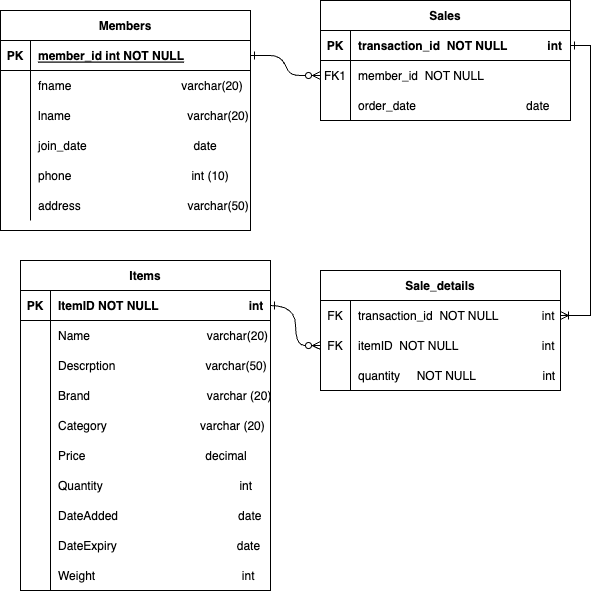
Earlier version of the draw.io export ERD.png (hannahmadelyn/MSP). Source tidied: cells renumbered, new cells last; positions are measured from the earlier drawing's top-left corner, leaving out a move shared by most shapes.
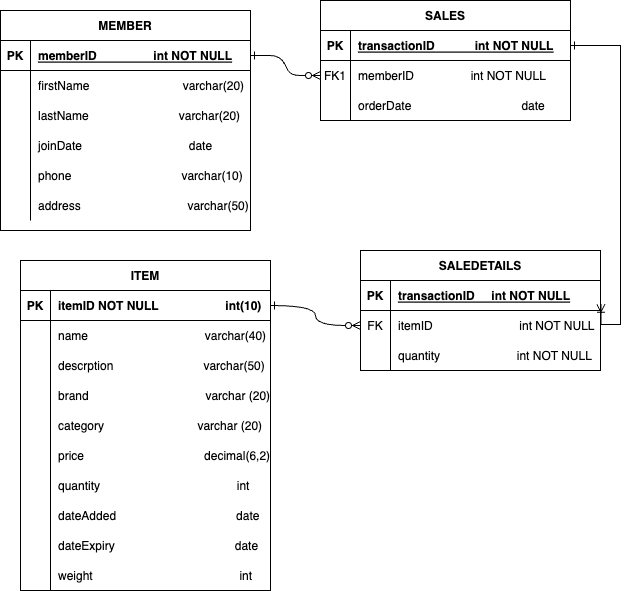
Later version of the same file.

Commit message:
Updated ERD with consistent naming

Diff of the diagram source:
```diff
@@ -8,7 +8,7 @@
     <mxCell id="3" style="endArrow=ERone;startArrow=ERzeroToMany;endFill=0;startFill=0;exitX=0;exitY=0.5;exitDx=0;exitDy=0;entryX=1;entryY=0.5;entryDx=0;entryDy=0;edgeStyle=orthogonalEdgeStyle;curved=1;" parent="1" edge="1" source="68" target="15">
       <mxGeometry relative="1" as="geometry" />
     </mxCell>
-    <mxCell id="4" value="Sales" style="shape=table;startSize=30;rowLines=0;fontStyle=1;align=center;" parent="1" vertex="1">
+    <mxCell id="4" value="SALES" style="shape=table;startSize=30;rowLines=0;fontStyle=1;align=center;" parent="1" vertex="1">
       <mxGeometry x="320" width="250" height="120" as="geometry" />
     </mxCell>
     <mxCell id="5" style="shape=partialRectangle;fillColor=none;points=[[0,0.5],[1,0.5]];portConstraint=eastwest;top=0;left=0;right=0;bottom=1;" parent="4" vertex="1">
@@ -17,7 +17,7 @@
     <mxCell id="6" value="PK" style="shape=partialRectangle;overflow=hidden;fillColor=none;top=0;left=0;bottom=0;right=0;fontStyle=1;" parent="5" vertex="1">
       <mxGeometry width="30" height="30" as="geometry" />
     </mxCell>
-    <mxCell id="7" value="transaction_id  NOT NULL            int" style="shape=partialRectangle;overflow=hidden;fillColor=none;top=0;left=0;bottom=0;right=0;align=left;spacingLeft=6;fontStyle=1;" parent="5" vertex="1">
+    <mxCell id="7" value="transactionID            int NOT NULL " style="shape=partialRectangle;overflow=hidden;fillColor=none;top=0;left=0;bottom=0;right=0;align=left;spacingLeft=6;fontStyle=5;" parent="5" vertex="1">
       <mxGeometry x="30" width="220" height="30" as="geometry" />
     </mxCell>
     <mxCell id="8" style="shape=partialRectangle;fillColor=none;points=[[0,0.5],[1,0.5]];portConstraint=eastwest;top=0;left=0;right=0;bottom=0;" parent="4" vertex="1">
@@ -26,7 +26,7 @@
     <mxCell id="9" value="FK1" style="shape=partialRectangle;overflow=hidden;fillColor=none;top=0;left=0;bottom=0;right=0;" parent="8" vertex="1">
       <mxGeometry width="30" height="30" as="geometry" />
     </mxCell>
-    <mxCell id="10" value="member_id  NOT NULL" style="shape=partialRectangle;overflow=hidden;fillColor=none;top=0;left=0;bottom=0;right=0;align=left;spacingLeft=6;" parent="8" vertex="1">
+    <mxCell id="10" value="memberID                 int NOT NULL" style="shape=partialRectangle;overflow=hidden;fillColor=none;top=0;left=0;bottom=0;right=0;align=left;spacingLeft=6;" parent="8" vertex="1">
       <mxGeometry x="30" width="220" height="30" as="geometry" />
     </mxCell>
     <mxCell id="11" style="shape=partialRectangle;fillColor=none;top=0;left=0;right=0;bottom=0;" parent="4" vertex="1">
@@ -35,10 +35,10 @@
     <mxCell id="12" style="shape=partialRectangle;overflow=hidden;fillColor=none;top=0;left=0;bottom=0;right=0;" parent="11" vertex="1">
       <mxGeometry width="30" height="30" as="geometry" />
     </mxCell>
-    <mxCell id="13" value="order_date                                 date " style="shape=partialRectangle;overflow=hidden;fillColor=none;top=0;left=0;bottom=0;right=0;align=left;spacingLeft=6;" parent="11" vertex="1">
+    <mxCell id="13" value="orderDate                                 date " style="shape=partialRectangle;overflow=hidden;fillColor=none;top=0;left=0;bottom=0;right=0;align=left;spacingLeft=6;" parent="11" vertex="1">
       <mxGeometry x="30" width="220" height="30" as="geometry" />
     </mxCell>
-    <mxCell id="14" value="Items" style="shape=table;startSize=30;rowLines=0;fontStyle=1;align=center;" parent="1" vertex="1">
+    <mxCell id="14" value="ITEM" style="shape=table;startSize=30;rowLines=0;fontStyle=1;align=center;" parent="1" vertex="1">
       <mxGeometry x="20" y="260" width="250" height="330" as="geometry" />
     </mxCell>
     <mxCell id="15" style="shape=partialRectangle;fillColor=none;points=[[0,0.5],[1,0.5]];portConstraint=eastwest;top=0;left=0;right=0;bottom=1;" parent="14" vertex="1">
@@ -47,7 +47,7 @@
     <mxCell id="16" value="PK" style="shape=partialRectangle;overflow=hidden;fillColor=none;top=0;left=0;bottom=0;right=0;fontStyle=1;" parent="15" vertex="1">
       <mxGeometry width="30" height="30" as="geometry" />
     </mxCell>
-    <mxCell id="17" value="ItemID NOT NULL                           int  " style="shape=partialRectangle;overflow=hidden;fillColor=none;top=0;left=0;bottom=0;right=0;align=left;spacingLeft=6;fontStyle=1;" parent="15" vertex="1">
+    <mxCell id="17" value="itemID NOT NULL                    int(10)  " style="shape=partialRectangle;overflow=hidden;fillColor=none;top=0;left=0;bottom=0;right=0;align=left;spacingLeft=6;fontStyle=1;" parent="15" vertex="1">
       <mxGeometry x="30" width="220" height="30" as="geometry" />
     </mxCell>
     <mxCell id="18" style="shape=partialRectangle;fillColor=none;top=0;left=0;right=0;bottom=0;" parent="14" vertex="1">
@@ -56,7 +56,7 @@
     <mxCell id="19" style="shape=partialRectangle;overflow=hidden;fillColor=none;top=0;left=0;bottom=0;right=0;" parent="18" vertex="1">
       <mxGeometry width="30" height="30" as="geometry" />
     </mxCell>
-    <mxCell id="20" value="Name                                   varchar(20)" style="shape=partialRectangle;overflow=hidden;fillColor=none;top=0;left=0;bottom=0;right=0;align=left;spacingLeft=6;" parent="18" vertex="1">
+    <mxCell id="20" value="name                                   varchar(40)" style="shape=partialRectangle;overflow=hidden;fillColor=none;top=0;left=0;bottom=0;right=0;align=left;spacingLeft=6;" parent="18" vertex="1">
       <mxGeometry x="30" width="220" height="30" as="geometry" />
     </mxCell>
     <mxCell id="21" style="shape=partialRectangle;fillColor=none;top=0;left=0;right=0;bottom=0;" parent="14" vertex="1">
@@ -65,7 +65,7 @@
     <mxCell id="22" style="shape=partialRectangle;overflow=hidden;fillColor=none;top=0;left=0;bottom=0;right=0;" parent="21" vertex="1">
       <mxGeometry width="30" height="30" as="geometry" />
     </mxCell>
-    <mxCell id="23" value="Descrption                           varchar(50)" style="shape=partialRectangle;overflow=hidden;fillColor=none;top=0;left=0;bottom=0;right=0;align=left;spacingLeft=6;" parent="21" vertex="1">
+    <mxCell id="23" value="descrption                           varchar(50)" style="shape=partialRectangle;overflow=hidden;fillColor=none;top=0;left=0;bottom=0;right=0;align=left;spacingLeft=6;" parent="21" vertex="1">
       <mxGeometry x="30" width="220" height="30" as="geometry" />
     </mxCell>
     <mxCell id="24" style="shape=partialRectangle;fillColor=none;top=0;left=0;right=0;bottom=0;" parent="14" vertex="1">
@@ -74,7 +74,7 @@
     <mxCell id="25" style="shape=partialRectangle;overflow=hidden;fillColor=none;top=0;left=0;bottom=0;right=0;" parent="24" vertex="1">
       <mxGeometry width="30" height="30" as="geometry" />
     </mxCell>
-    <mxCell id="26" value="Brand                                   varchar (20)" style="shape=partialRectangle;overflow=hidden;fillColor=none;top=0;left=0;bottom=0;right=0;align=left;spacingLeft=6;" parent="24" vertex="1">
+    <mxCell id="26" value="brand                                   varchar (20)" style="shape=partialRectangle;overflow=hidden;fillColor=none;top=0;left=0;bottom=0;right=0;align=left;spacingLeft=6;" parent="24" vertex="1">
       <mxGeometry x="30" width="220" height="30" as="geometry" />
     </mxCell>
     <mxCell id="27" style="shape=partialRectangle;fillColor=none;top=0;left=0;right=0;bottom=0;" parent="14" vertex="1">
@@ -83,7 +83,7 @@
     <mxCell id="28" style="shape=partialRectangle;overflow=hidden;fillColor=none;top=0;left=0;bottom=0;right=0;" parent="27" vertex="1">
       <mxGeometry width="30" height="30" as="geometry" />
     </mxCell>
-    <mxCell id="29" value="Category                            varchar (20)    " style="shape=partialRectangle;overflow=hidden;fillColor=none;top=0;left=0;bottom=0;right=0;align=left;spacingLeft=6;" parent="27" vertex="1">
+    <mxCell id="29" value="category                            varchar (20)    " style="shape=partialRectangle;overflow=hidden;fillColor=none;top=0;left=0;bottom=0;right=0;align=left;spacingLeft=6;" parent="27" vertex="1">
       <mxGeometry x="30" width="220" height="30" as="geometry" />
     </mxCell>
     <mxCell id="30" style="shape=partialRectangle;fillColor=none;top=0;left=0;right=0;bottom=0;" parent="14" vertex="1">
@@ -92,7 +92,7 @@
     <mxCell id="31" style="shape=partialRectangle;overflow=hidden;fillColor=none;top=0;left=0;bottom=0;right=0;" parent="30" vertex="1">
       <mxGeometry width="30" height="30" as="geometry" />
     </mxCell>
-    <mxCell id="32" value="Price                                    decimal" style="shape=partialRectangle;overflow=hidden;fillColor=none;top=0;left=0;bottom=0;right=0;align=left;spacingLeft=6;" parent="30" vertex="1">
+    <mxCell id="32" value="price                                    decimal(6,2)" style="shape=partialRectangle;overflow=hidden;fillColor=none;top=0;left=0;bottom=0;right=0;align=left;spacingLeft=6;" parent="30" vertex="1">
       <mxGeometry x="30" width="220" height="30" as="geometry" />
     </mxCell>
     <mxCell id="33" style="shape=partialRectangle;fillColor=none;top=0;left=0;right=0;bottom=0;" parent="14" vertex="1">
@@ -101,7 +101,7 @@
     <mxCell id="34" style="shape=partialRectangle;overflow=hidden;fillColor=none;top=0;left=0;bottom=0;right=0;" parent="33" vertex="1">
       <mxGeometry width="30" height="30" as="geometry" />
     </mxCell>
-    <mxCell id="35" value="Quantity                                         int" style="shape=partialRectangle;overflow=hidden;fillColor=none;top=0;left=0;bottom=0;right=0;align=left;spacingLeft=6;" parent="33" vertex="1">
+    <mxCell id="35" value="quantity                                         int" style="shape=partialRectangle;overflow=hidden;fillColor=none;top=0;left=0;bottom=0;right=0;align=left;spacingLeft=6;" parent="33" vertex="1">
       <mxGeometry x="30" width="220" height="30" as="geometry" />
     </mxCell>
     <mxCell id="36" style="shape=partialRectangle;fillColor=none;top=0;left=0;right=0;bottom=0;" parent="14" vertex="1">
@@ -110,7 +110,7 @@
     <mxCell id="37" style="shape=partialRectangle;overflow=hidden;fillColor=none;top=0;left=0;bottom=0;right=0;" parent="36" vertex="1">
       <mxGeometry width="30" height="30" as="geometry" />
     </mxCell>
-    <mxCell id="38" value="DateAdded                                    date    " style="shape=partialRectangle;overflow=hidden;fillColor=none;top=0;left=0;bottom=0;right=0;align=left;spacingLeft=6;" parent="36" vertex="1">
+    <mxCell id="38" value="dateAdded                                    date    " style="shape=partialRectangle;overflow=hidden;fillColor=none;top=0;left=0;bottom=0;right=0;align=left;spacingLeft=6;" parent="36" vertex="1">
       <mxGeometry x="30" width="220" height="30" as="geometry" />
     </mxCell>
     <mxCell id="39" style="shape=partialRectangle;fillColor=none;top=0;left=0;right=0;bottom=0;" parent="14" vertex="1">
@@ -119,7 +119,7 @@
     <mxCell id="40" style="shape=partialRectangle;overflow=hidden;fillColor=none;top=0;left=0;bottom=0;right=0;" parent="39" vertex="1">
       <mxGeometry width="30" height="30" as="geometry" />
     </mxCell>
-    <mxCell id="41" value="DateExpiry                                    date" style="shape=partialRectangle;overflow=hidden;fillColor=none;top=0;left=0;bottom=0;right=0;align=left;spacingLeft=6;" parent="39" vertex="1">
+    <mxCell id="41" value="dateExpiry                                    date" style="shape=partialRectangle;overflow=hidden;fillColor=none;top=0;left=0;bottom=0;right=0;align=left;spacingLeft=6;" parent="39" vertex="1">
       <mxGeometry x="30" width="220" height="30" as="geometry" />
     </mxCell>
     <mxCell id="42" style="shape=partialRectangle;fillColor=none;top=0;left=0;right=0;bottom=0;" parent="14" vertex="1">
@@ -128,10 +128,10 @@
     <mxCell id="43" style="shape=partialRectangle;overflow=hidden;fillColor=none;top=0;left=0;bottom=0;right=0;" parent="42" vertex="1">
       <mxGeometry width="30" height="30" as="geometry" />
     </mxCell>
-    <mxCell id="44" value="Weight                                            int" style="shape=partialRectangle;overflow=hidden;fillColor=none;top=0;left=0;bottom=0;right=0;align=left;spacingLeft=6;" parent="42" vertex="1">
+    <mxCell id="44" value="weight                                            int" style="shape=partialRectangle;overflow=hidden;fillColor=none;top=0;left=0;bottom=0;right=0;align=left;spacingLeft=6;" parent="42" vertex="1">
       <mxGeometry x="30" width="220" height="30" as="geometry" />
     </mxCell>
-    <mxCell id="45" value="Members" style="shape=table;startSize=30;rowLines=0;fontStyle=1;align=center;" parent="1" vertex="1">
+    <mxCell id="45" value="MEMBER" style="shape=table;startSize=30;rowLines=0;fontStyle=1;align=center;" parent="1" vertex="1">
       <mxGeometry y="10" width="250" height="220" as="geometry" />
     </mxCell>
     <mxCell id="46" style="shape=partialRectangle;fillColor=none;points=[[0,0.5],[1,0.5]];portConstraint=eastwest;top=0;left=0;right=0;bottom=1;" parent="45" vertex="1">
@@ -140,7 +140,7 @@
     <mxCell id="47" value="PK" style="shape=partialRectangle;overflow=hidden;fillColor=none;top=0;left=0;bottom=0;right=0;fontStyle=1;" parent="46" vertex="1">
       <mxGeometry width="30" height="30" as="geometry" />
     </mxCell>
-    <mxCell id="48" value="member_id int NOT NULL " style="shape=partialRectangle;overflow=hidden;fillColor=none;top=0;left=0;bottom=0;right=0;align=left;spacingLeft=6;fontStyle=5;" parent="46" vertex="1">
+    <mxCell id="48" value="memberID                 int NOT NULL " style="shape=partialRectangle;overflow=hidden;fillColor=none;top=0;left=0;bottom=0;right=0;align=left;spacingLeft=6;fontStyle=5;" parent="46" vertex="1">
       <mxGeometry x="30" width="220" height="30" as="geometry" />
     </mxCell>
     <mxCell id="49" style="shape=partialRectangle;fillColor=none;top=0;left=0;right=0;bottom=0;" parent="45" vertex="1">
@@ -149,7 +149,7 @@
     <mxCell id="50" style="shape=partialRectangle;overflow=hidden;fillColor=none;top=0;left=0;bottom=0;right=0;" parent="49" vertex="1">
       <mxGeometry width="30" height="30" as="geometry" />
     </mxCell>
-    <mxCell id="51" value="fname                                 varchar(20) " style="shape=partialRectangle;overflow=hidden;fillColor=none;top=0;left=0;bottom=0;right=0;align=left;spacingLeft=6;" parent="49" vertex="1">
+    <mxCell id="51" value="firstName                            varchar(20) " style="shape=partialRectangle;overflow=hidden;fillColor=none;top=0;left=0;bottom=0;right=0;align=left;spacingLeft=6;" parent="49" vertex="1">
       <mxGeometry x="30" width="220" height="30" as="geometry" />
     </mxCell>
     <mxCell id="52" style="shape=partialRectangle;fillColor=none;top=0;left=0;right=0;bottom=0;" parent="45" vertex="1">
@@ -158,7 +158,7 @@
     <mxCell id="53" style="shape=partialRectangle;overflow=hidden;fillColor=none;top=0;left=0;bottom=0;right=0;" parent="52" vertex="1">
       <mxGeometry width="30" height="30" as="geometry" />
     </mxCell>
-    <mxCell id="54" value="lname                                   varchar(20)" style="shape=partialRectangle;overflow=hidden;fillColor=none;top=0;left=0;bottom=0;right=0;align=left;spacingLeft=6;" parent="52" vertex="1">
+    <mxCell id="54" value="lastName                           varchar(20)" style="shape=partialRectangle;overflow=hidden;fillColor=none;top=0;left=0;bottom=0;right=0;align=left;spacingLeft=6;" parent="52" vertex="1">
       <mxGeometry x="30" width="220" height="30" as="geometry" />
     </mxCell>
     <mxCell id="55" style="shape=partialRectangle;fillColor=none;top=0;left=0;right=0;bottom=0;" parent="45" vertex="1">
@@ -167,7 +167,7 @@
     <mxCell id="56" style="shape=partialRectangle;overflow=hidden;fillColor=none;top=0;left=0;bottom=0;right=0;" parent="55" vertex="1">
       <mxGeometry width="30" height="30" as="geometry" />
     </mxCell>
-    <mxCell id="57" value="join_date                                date" style="shape=partialRectangle;overflow=hidden;fillColor=none;top=0;left=0;bottom=0;right=0;align=left;spacingLeft=6;" parent="55" vertex="1">
+    <mxCell id="57" value="joinDate                                date" style="shape=partialRectangle;overflow=hidden;fillColor=none;top=0;left=0;bottom=0;right=0;align=left;spacingLeft=6;" parent="55" vertex="1">
       <mxGeometry x="30" width="220" height="30" as="geometry" />
     </mxCell>
     <mxCell id="58" style="shape=partialRectangle;fillColor=none;top=0;left=0;right=0;bottom=0;" parent="45" vertex="1">
@@ -176,7 +176,7 @@
     <mxCell id="59" style="shape=partialRectangle;overflow=hidden;fillColor=none;top=0;left=0;bottom=0;right=0;" parent="58" vertex="1">
       <mxGeometry width="30" height="30" as="geometry" />
     </mxCell>
-    <mxCell id="60" value="phone                                    int (10)" style="shape=partialRectangle;overflow=hidden;fillColor=none;top=0;left=0;bottom=0;right=0;align=left;spacingLeft=6;" parent="58" vertex="1">
+    <mxCell id="60" value="phone                                 varchar(10)" style="shape=partialRectangle;overflow=hidden;fillColor=none;top=0;left=0;bottom=0;right=0;align=left;spacingLeft=6;" parent="58" vertex="1">
       <mxGeometry x="30" width="220" height="30" as="geometry" />
     </mxCell>
     <mxCell id="61" style="shape=partialRectangle;fillColor=none;top=0;left=0;right=0;bottom=0;" parent="45" vertex="1">
@@ -188,25 +188,25 @@
     <mxCell id="63" value="address                                varchar(50)" style="shape=partialRectangle;overflow=hidden;fillColor=none;top=0;left=0;bottom=0;right=0;align=left;spacingLeft=6;" parent="61" vertex="1">
       <mxGeometry x="30" width="220" height="30" as="geometry" />
     </mxCell>
-    <mxCell id="64" value="Sale_details" style="shape=table;startSize=30;rowLines=0;fontStyle=1;align=center;" parent="1" vertex="1">
-      <mxGeometry x="320" y="270" width="240" height="120" as="geometry" />
+    <mxCell id="64" value="SALEDETAILS" style="shape=table;startSize=30;rowLines=0;fontStyle=1;align=center;" parent="1" vertex="1">
+      <mxGeometry x="360" y="250" width="240" height="120" as="geometry" />
     </mxCell>
-    <mxCell id="65" style="shape=partialRectangle;fillColor=none;points=[[0,0.5],[1,0.5]];portConstraint=eastwest;top=0;left=0;right=0;bottom=0;" parent="64" vertex="1">
-      <mxGeometry y="30" width="240" height="30" as="geometry" />
-    </mxCell>
-    <mxCell id="66" value="FK" style="shape=partialRectangle;overflow=hidden;fillColor=none;top=0;left=0;bottom=0;right=0;" parent="65" vertex="1">
-      <mxGeometry width="30" height="30" as="geometry" />
-    </mxCell>
-    <mxCell id="67" value="transaction_id  NOT NULL             int" style="shape=partialRectangle;overflow=hidden;fillColor=none;top=0;left=0;bottom=0;right=0;align=left;spacingLeft=6;" parent="65" vertex="1">
-      <mxGeometry x="30" width="210" height="30" as="geometry" />
-    </mxCell>
+    <mxCell id="76" style="shape=partialRectangle;fillColor=none;points=[[0,0.5],[1,0.5]];portConstraint=eastwest;top=0;left=0;right=0;bottom=1;" parent="64" vertex="1">
+      <mxGeometry y="30" width="240" height="30" as="geometry" />
+    </mxCell>
+    <mxCell id="77" value="PK" style="shape=partialRectangle;overflow=hidden;fillColor=none;top=0;left=0;bottom=0;right=0;fontStyle=1;" parent="76" vertex="1">
+      <mxGeometry width="30" height="30" as="geometry" />
+    </mxCell>
+    <mxCell id="78" value="transactionID     int NOT NULL " style="shape=partialRectangle;overflow=hidden;fillColor=none;top=0;left=0;bottom=0;right=0;align=left;spacingLeft=6;fontStyle=5;" parent="76" vertex="1">
+      <mxGeometry x="30" width="210" height="30" as="geometry" />
+    </mxCell>
     <mxCell id="68" style="shape=partialRectangle;fillColor=none;points=[[0,0.5],[1,0.5]];portConstraint=eastwest;top=0;left=0;right=0;bottom=0;" parent="64" vertex="1">
       <mxGeometry y="60" width="240" height="30" as="geometry" />
     </mxCell>
     <mxCell id="69" value="FK" style="shape=partialRectangle;overflow=hidden;fillColor=none;top=0;left=0;bottom=0;right=0;" parent="68" vertex="1">
       <mxGeometry width="30" height="30" as="geometry" />
     </mxCell>
-    <mxCell id="70" value="itemID  NOT NULL                         int" style="shape=partialRectangle;overflow=hidden;fillColor=none;top=0;left=0;bottom=0;right=0;align=left;spacingLeft=6;" parent="68" vertex="1">
+    <mxCell id="70" style="shape=partialRectangle;overflow=hidden;fillColor=none;top=0;left=0;bottom=0;right=0;align=left;spacingLeft=6;" parent="68" vertex="1">
       <mxGeometry x="30" width="210" height="30" as="geometry" />
     </mxCell>
     <mxCell id="71" style="shape=partialRectangle;fillColor=none;top=0;left=0;right=0;bottom=0;" parent="64" vertex="1">
@@ -215,10 +215,10 @@
     <mxCell id="72" style="shape=partialRectangle;overflow=hidden;fillColor=none;top=0;left=0;bottom=0;right=0;" parent="71" vertex="1">
       <mxGeometry width="30" height="30" as="geometry" />
     </mxCell>
-    <mxCell id="73" value="quantity     NOT NULL                    int" style="shape=partialRectangle;overflow=hidden;fillColor=none;top=0;left=0;bottom=0;right=0;align=left;spacingLeft=6;" parent="71" vertex="1">
+    <mxCell id="73" value="quantity                       int NOT NULL" style="shape=partialRectangle;overflow=hidden;fillColor=none;top=0;left=0;bottom=0;right=0;align=left;spacingLeft=6;" parent="71" vertex="1">
       <mxGeometry x="30" width="210" height="30" as="geometry" />
     </mxCell>
-    <mxCell id="74" style="rounded=0;jettySize=auto;html=1;exitX=1;exitY=0.5;exitDx=0;exitDy=0;entryX=1.002;entryY=0.792;entryDx=0;entryDy=0;entryPerimeter=0;endArrow=ERoneToMany;endFill=0;edgeStyle=orthogonalEdgeStyle;startArrow=ERone;startFill=0;" parent="1" edge="1" source="5" target="x">
+    <mxCell id="74" style="rounded=0;jettySize=auto;html=1;exitX=1;exitY=0.5;exitDx=0;exitDy=0;entryX=1.002;entryY=0.792;entryDx=0;entryDy=0;entryPerimeter=0;endArrow=ERoneToMany;endFill=0;edgeStyle=orthogonalEdgeStyle;startArrow=ERone;startFill=0;" parent="1" edge="1" source="5" target="76">
       <mxGeometry relative="1" as="geometry">
         <Array as="points">
           <mxPoint x="620" y="45" />
@@ -226,8 +226,8 @@
         </Array>
       </mxGeometry>
     </mxCell>
-    <mxCell id="75" style="edgeStyle=orthogonalEdgeStyle;rounded=0;jettySize=auto;html=1;exitX=1;exitY=0.5;exitDx=0;exitDy=0;entryX=1;entryY=0.5;entryDx=0;entryDy=0;startArrow=ERoneToMany;startFill=0;endArrow=ERone;endFill=0;" parent="1" edge="1" source="65" target="5">
-      <mxGeometry relative="1" as="geometry" />
-    </mxCell>
+    <mxCell id="79" value="itemID                          int NOT NULL" style="shape=partialRectangle;overflow=hidden;fillColor=none;top=0;left=0;bottom=0;right=0;align=left;spacingLeft=6;" parent="1" vertex="1">
+      <mxGeometry x="390" y="310" width="210" height="30" as="geometry" />
+    </mxCell>
   </root>
 </mxGraphModel>
```
